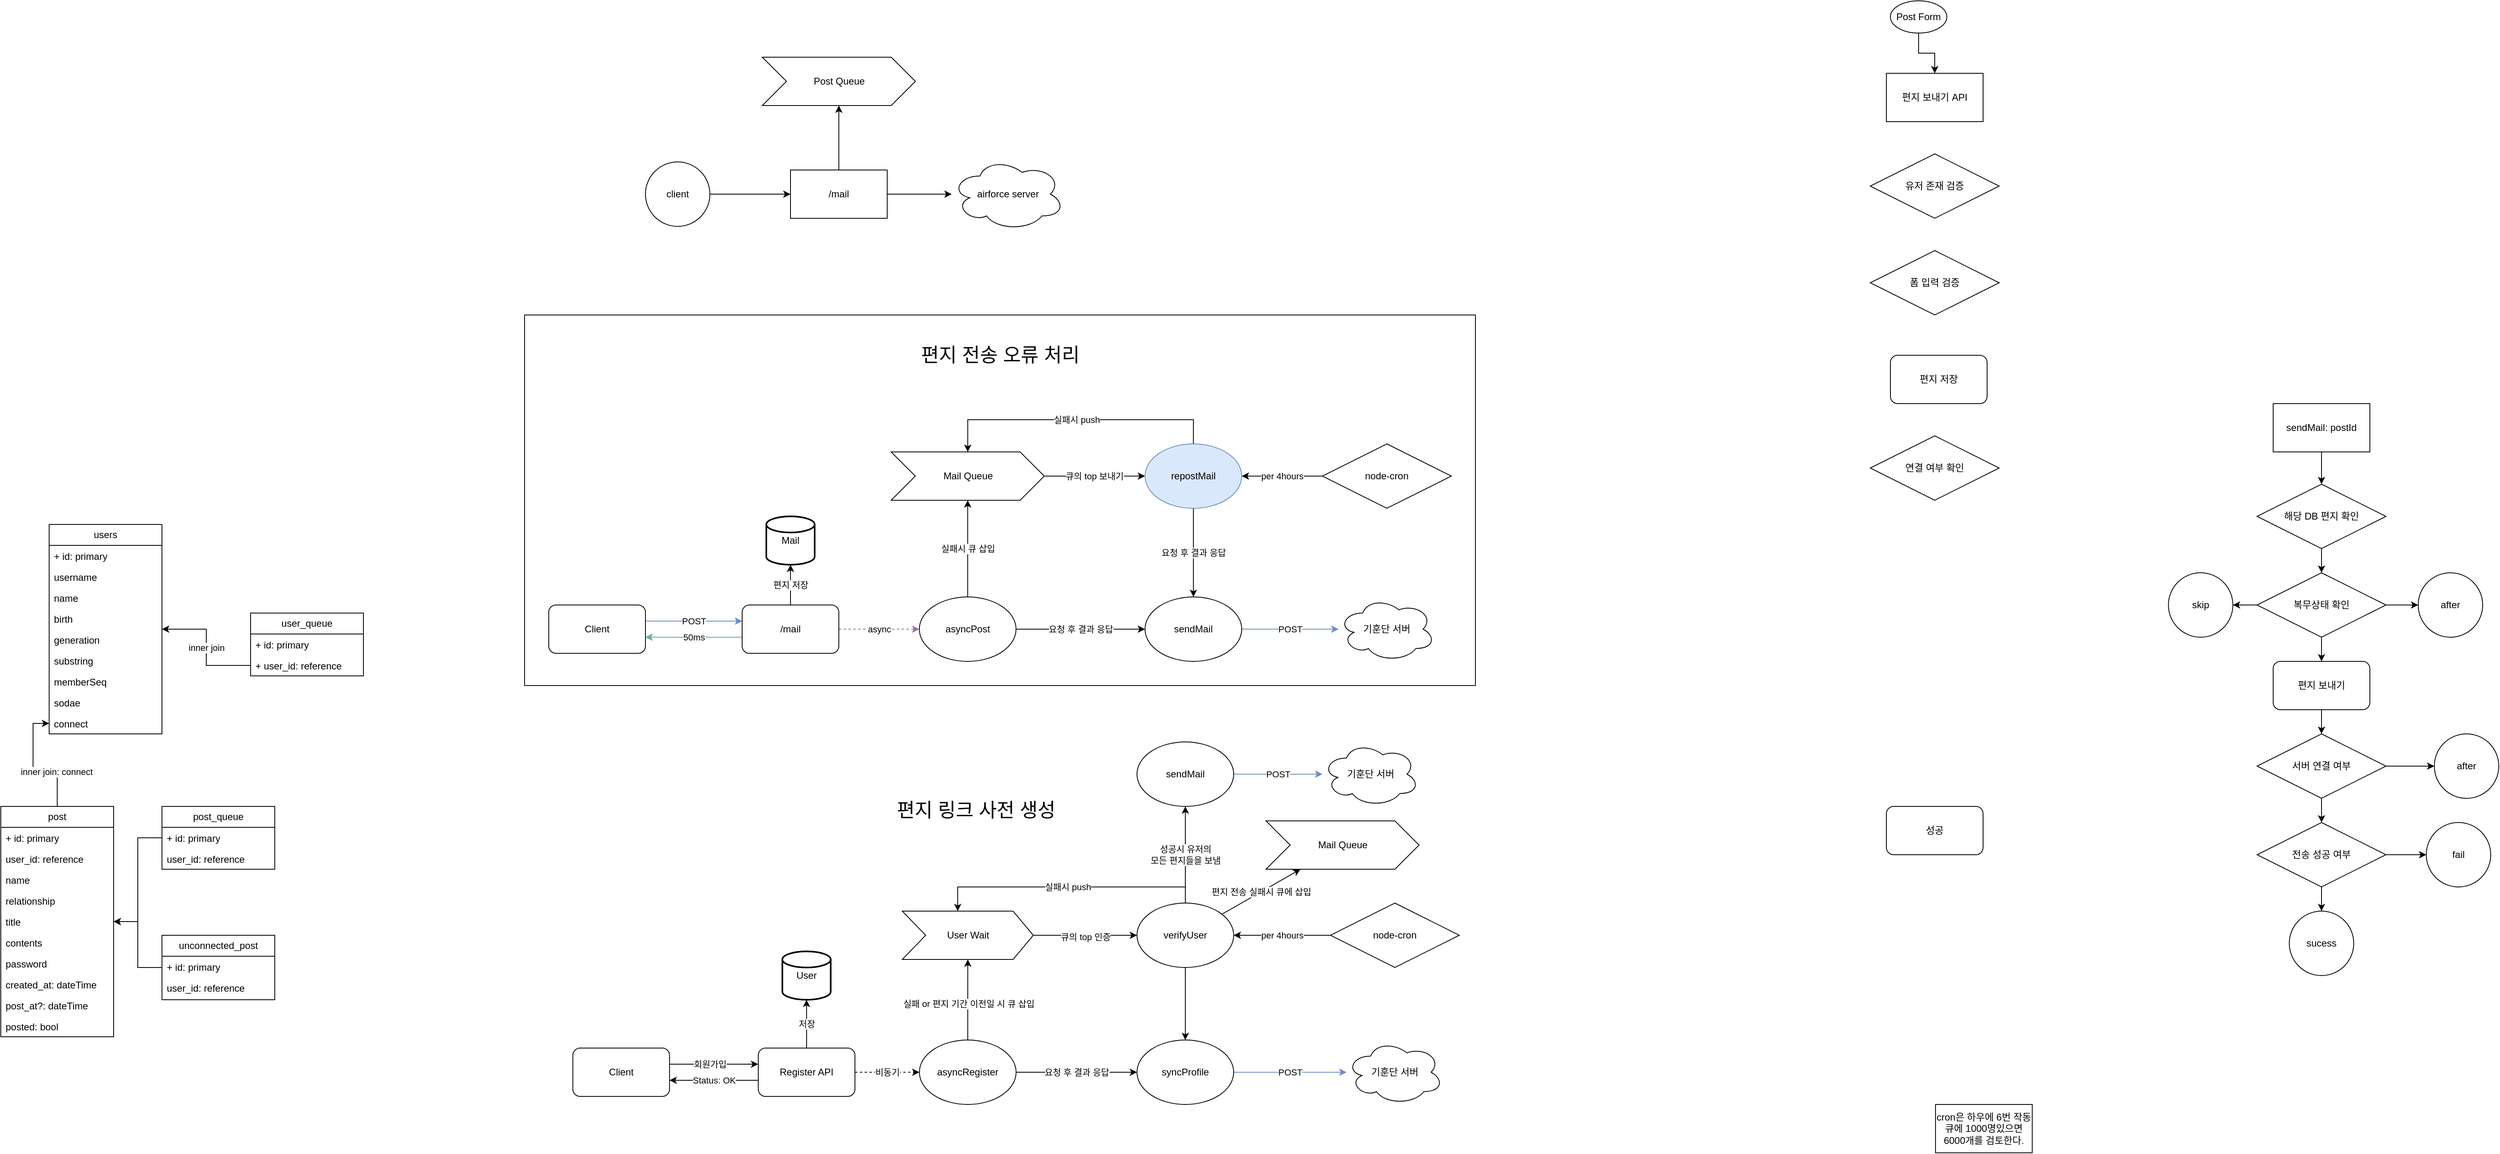
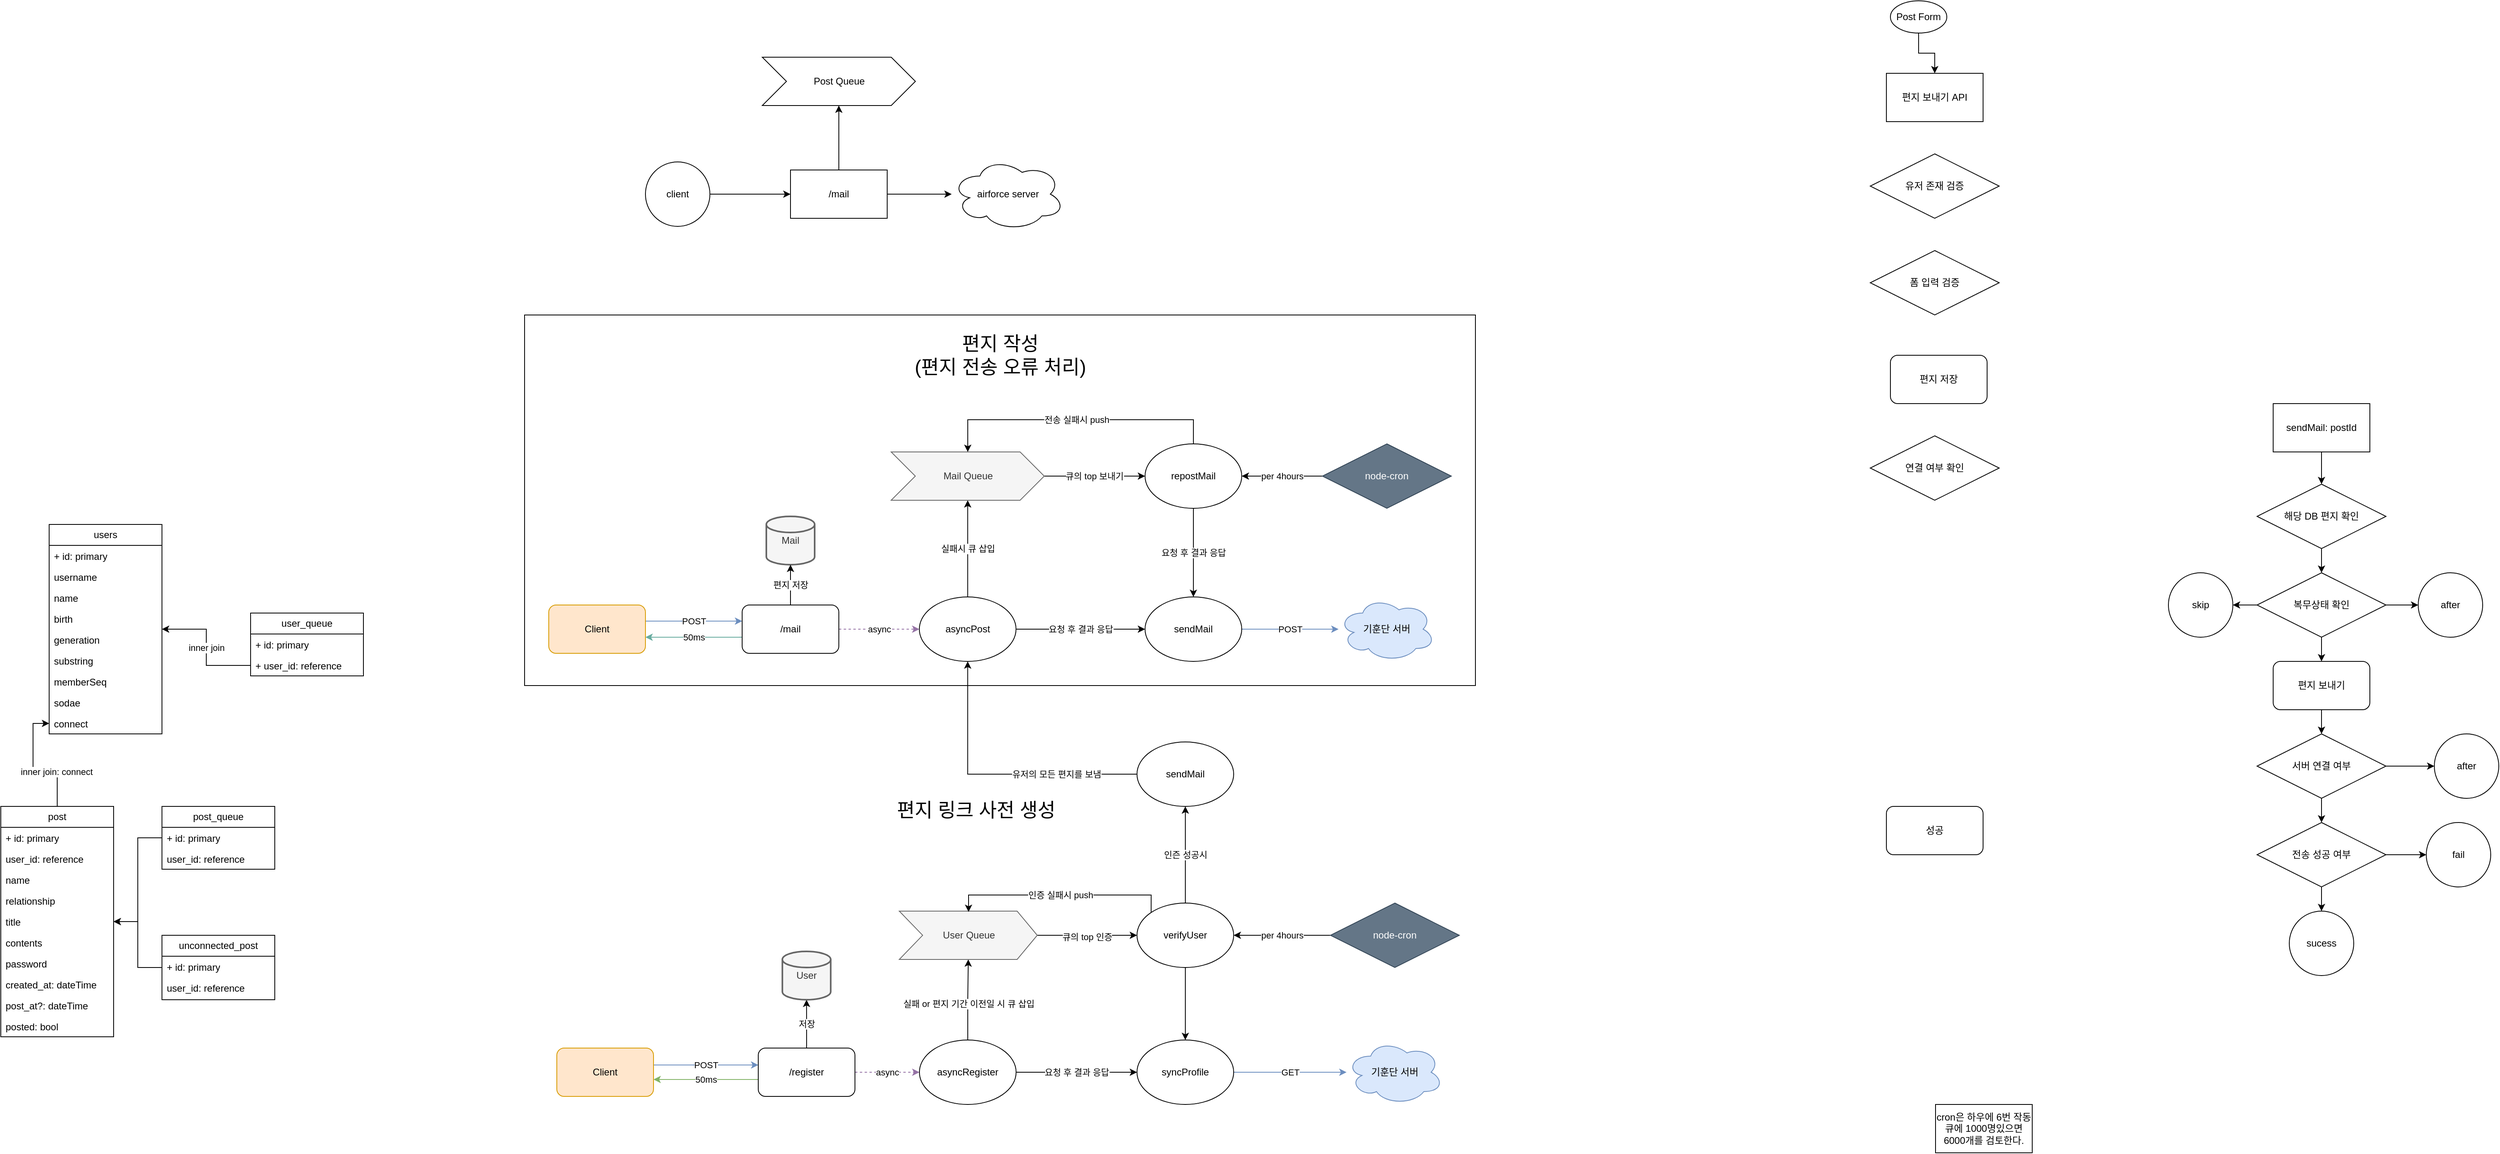
- <mxfile host="app.diagrams.net" modified="2024-04-21T09:34:45.189Z" agent="Mozilla/5.0 (Windows NT 10.0; Win64; x64) AppleWebKit/537.36 (KHTML, like Gecko) Chrome/124.0.0.0 Safari/537.36" etag="x_8P8Jp_RcpYmVHvX2L7" version="24.2.7" type="github">
+ <mxfile host="app.diagrams.net" modified="2024-04-21T13:52:18.871Z" agent="Mozilla/5.0 (Windows NT 10.0; Win64; x64) AppleWebKit/537.36 (KHTML, like Gecko) Chrome/98.0.4758.102 Safari/537.36" etag="cRftEywq1tB43tYSkEb1" version="24.2.7" type="github">
  <diagram name="페이지-1" id="YYIqQqlZSumYDMB_ZiYN">
-     <mxGraphModel dx="1687" dy="2047" grid="1" gridSize="10" guides="1" tooltips="1" connect="1" arrows="1" fold="1" page="1" pageScale="1" pageWidth="827" pageHeight="1169" math="0" shadow="0">
+     <mxGraphModel dx="1793" dy="2053" grid="1" gridSize="10" guides="1" tooltips="1" connect="1" arrows="1" fold="1" page="1" pageScale="1" pageWidth="827" pageHeight="1169" math="0" shadow="0">
      <root>
        <mxCell id="0" />
        <mxCell id="1" parent="0" />
        <mxCell id="tpOvkQPWunvHwrgow_rU-2" value="" style="rounded=0;whiteSpace=wrap;html=1;" parent="1" vertex="1">
          <mxGeometry x="730" y="-10" width="1180" height="460" as="geometry" />
        </mxCell>
        <mxCell id="AZsRamwOxZUp80OkMe_C-2" value="users" style="swimlane;fontStyle=0;childLayout=stackLayout;horizontal=1;startSize=26;fillColor=none;horizontalStack=0;resizeParent=1;resizeParentMax=0;resizeLast=0;collapsible=1;marginBottom=0;whiteSpace=wrap;html=1;" parent="1" vertex="1">
          <mxGeometry x="140" y="250" width="140" height="260" as="geometry" />
        </mxCell>
        <mxCell id="AZsRamwOxZUp80OkMe_C-3" value="+ id: primary" style="text;strokeColor=none;fillColor=none;align=left;verticalAlign=top;spacingLeft=4;spacingRight=4;overflow=hidden;rotatable=0;points=[[0,0.5],[1,0.5]];portConstraint=eastwest;whiteSpace=wrap;html=1;" parent="AZsRamwOxZUp80OkMe_C-2" vertex="1">
          <mxGeometry y="26" width="140" height="26" as="geometry" />
        </mxCell>
        <mxCell id="AZsRamwOxZUp80OkMe_C-4" value="username" style="text;strokeColor=none;fillColor=none;align=left;verticalAlign=top;spacingLeft=4;spacingRight=4;overflow=hidden;rotatable=0;points=[[0,0.5],[1,0.5]];portConstraint=eastwest;whiteSpace=wrap;html=1;" parent="AZsRamwOxZUp80OkMe_C-2" vertex="1">
          <mxGeometry y="52" width="140" height="26" as="geometry" />
        </mxCell>
        <mxCell id="AZsRamwOxZUp80OkMe_C-5" value="name" style="text;strokeColor=none;fillColor=none;align=left;verticalAlign=top;spacingLeft=4;spacingRight=4;overflow=hidden;rotatable=0;points=[[0,0.5],[1,0.5]];portConstraint=eastwest;whiteSpace=wrap;html=1;" parent="AZsRamwOxZUp80OkMe_C-2" vertex="1">
          <mxGeometry y="78" width="140" height="26" as="geometry" />
        </mxCell>
        <mxCell id="AZsRamwOxZUp80OkMe_C-10" value="birth" style="text;strokeColor=none;fillColor=none;align=left;verticalAlign=top;spacingLeft=4;spacingRight=4;overflow=hidden;rotatable=0;points=[[0,0.5],[1,0.5]];portConstraint=eastwest;whiteSpace=wrap;html=1;" parent="AZsRamwOxZUp80OkMe_C-2" vertex="1">
          <mxGeometry y="104" width="140" height="26" as="geometry" />
        </mxCell>
        <mxCell id="AZsRamwOxZUp80OkMe_C-11" value="generation" style="text;strokeColor=none;fillColor=none;align=left;verticalAlign=top;spacingLeft=4;spacingRight=4;overflow=hidden;rotatable=0;points=[[0,0.5],[1,0.5]];portConstraint=eastwest;whiteSpace=wrap;html=1;" parent="AZsRamwOxZUp80OkMe_C-2" vertex="1">
          <mxGeometry y="130" width="140" height="26" as="geometry" />
        </mxCell>
        <mxCell id="AZsRamwOxZUp80OkMe_C-12" value="substring" style="text;strokeColor=none;fillColor=none;align=left;verticalAlign=top;spacingLeft=4;spacingRight=4;overflow=hidden;rotatable=0;points=[[0,0.5],[1,0.5]];portConstraint=eastwest;whiteSpace=wrap;html=1;" parent="AZsRamwOxZUp80OkMe_C-2" vertex="1">
          <mxGeometry y="156" width="140" height="26" as="geometry" />
        </mxCell>
        <mxCell id="AZsRamwOxZUp80OkMe_C-15" value="memberSeq" style="text;strokeColor=none;fillColor=none;align=left;verticalAlign=top;spacingLeft=4;spacingRight=4;overflow=hidden;rotatable=0;points=[[0,0.5],[1,0.5]];portConstraint=eastwest;whiteSpace=wrap;html=1;" parent="AZsRamwOxZUp80OkMe_C-2" vertex="1">
          <mxGeometry y="182" width="140" height="26" as="geometry" />
        </mxCell>
        <mxCell id="AZsRamwOxZUp80OkMe_C-14" value="sodae" style="text;strokeColor=none;fillColor=none;align=left;verticalAlign=top;spacingLeft=4;spacingRight=4;overflow=hidden;rotatable=0;points=[[0,0.5],[1,0.5]];portConstraint=eastwest;whiteSpace=wrap;html=1;" parent="AZsRamwOxZUp80OkMe_C-2" vertex="1">
          <mxGeometry y="208" width="140" height="26" as="geometry" />
        </mxCell>
        <mxCell id="AZsRamwOxZUp80OkMe_C-16" value="connect" style="text;strokeColor=none;fillColor=none;align=left;verticalAlign=top;spacingLeft=4;spacingRight=4;overflow=hidden;rotatable=0;points=[[0,0.5],[1,0.5]];portConstraint=eastwest;whiteSpace=wrap;html=1;" parent="AZsRamwOxZUp80OkMe_C-2" vertex="1">
          <mxGeometry y="234" width="140" height="26" as="geometry" />
        </mxCell>
        <mxCell id="AZsRamwOxZUp80OkMe_C-6" value="user_queue" style="swimlane;fontStyle=0;childLayout=stackLayout;horizontal=1;startSize=26;fillColor=none;horizontalStack=0;resizeParent=1;resizeParentMax=0;resizeLast=0;collapsible=1;marginBottom=0;whiteSpace=wrap;html=1;" parent="1" vertex="1">
          <mxGeometry x="390" y="360" width="140" height="78" as="geometry" />
        </mxCell>
        <mxCell id="AZsRamwOxZUp80OkMe_C-18" value="+ id: primary" style="text;strokeColor=none;fillColor=none;align=left;verticalAlign=top;spacingLeft=4;spacingRight=4;overflow=hidden;rotatable=0;points=[[0,0.5],[1,0.5]];portConstraint=eastwest;whiteSpace=wrap;html=1;" parent="AZsRamwOxZUp80OkMe_C-6" vertex="1">
          <mxGeometry y="26" width="140" height="26" as="geometry" />
        </mxCell>
        <mxCell id="AZsRamwOxZUp80OkMe_C-7" value="+ user_id: reference" style="text;strokeColor=none;fillColor=none;align=left;verticalAlign=top;spacingLeft=4;spacingRight=4;overflow=hidden;rotatable=0;points=[[0,0.5],[1,0.5]];portConstraint=eastwest;whiteSpace=wrap;html=1;" parent="AZsRamwOxZUp80OkMe_C-6" vertex="1">
          <mxGeometry y="52" width="140" height="26" as="geometry" />
        </mxCell>
        <mxCell id="AZsRamwOxZUp80OkMe_C-19" value="inner join" style="edgeStyle=orthogonalEdgeStyle;rounded=0;orthogonalLoop=1;jettySize=auto;html=1;" parent="1" source="AZsRamwOxZUp80OkMe_C-7" target="AZsRamwOxZUp80OkMe_C-2" edge="1">
          <mxGeometry relative="1" as="geometry" />
        </mxCell>
        <mxCell id="F6sanjwA14LKa2ckui42-2" style="edgeStyle=orthogonalEdgeStyle;rounded=0;orthogonalLoop=1;jettySize=auto;html=1;" parent="1" source="AZsRamwOxZUp80OkMe_C-20" target="AZsRamwOxZUp80OkMe_C-16" edge="1">
          <mxGeometry relative="1" as="geometry" />
        </mxCell>
        <mxCell id="F6sanjwA14LKa2ckui42-3" value="inner join: connect" style="edgeLabel;html=1;align=center;verticalAlign=middle;resizable=0;points=[];" parent="F6sanjwA14LKa2ckui42-2" vertex="1" connectable="0">
          <mxGeometry x="-0.4284" y="1" relative="1" as="geometry">
            <mxPoint as="offset" />
          </mxGeometry>
        </mxCell>
        <mxCell id="AZsRamwOxZUp80OkMe_C-20" value="post" style="swimlane;fontStyle=0;childLayout=stackLayout;horizontal=1;startSize=26;fillColor=none;horizontalStack=0;resizeParent=1;resizeParentMax=0;resizeLast=0;collapsible=1;marginBottom=0;whiteSpace=wrap;html=1;" parent="1" vertex="1">
          <mxGeometry x="80" y="600" width="140" height="286" as="geometry" />
        </mxCell>
        <mxCell id="AZsRamwOxZUp80OkMe_C-21" value="+ id: primary" style="text;strokeColor=none;fillColor=none;align=left;verticalAlign=top;spacingLeft=4;spacingRight=4;overflow=hidden;rotatable=0;points=[[0,0.5],[1,0.5]];portConstraint=eastwest;whiteSpace=wrap;html=1;" parent="AZsRamwOxZUp80OkMe_C-20" vertex="1">
          <mxGeometry y="26" width="140" height="26" as="geometry" />
        </mxCell>
        <mxCell id="AZsRamwOxZUp80OkMe_C-22" value="user_id: reference" style="text;strokeColor=none;fillColor=none;align=left;verticalAlign=top;spacingLeft=4;spacingRight=4;overflow=hidden;rotatable=0;points=[[0,0.5],[1,0.5]];portConstraint=eastwest;whiteSpace=wrap;html=1;" parent="AZsRamwOxZUp80OkMe_C-20" vertex="1">
          <mxGeometry y="52" width="140" height="26" as="geometry" />
        </mxCell>
        <mxCell id="AZsRamwOxZUp80OkMe_C-23" value="name" style="text;strokeColor=none;fillColor=none;align=left;verticalAlign=top;spacingLeft=4;spacingRight=4;overflow=hidden;rotatable=0;points=[[0,0.5],[1,0.5]];portConstraint=eastwest;whiteSpace=wrap;html=1;" parent="AZsRamwOxZUp80OkMe_C-20" vertex="1">
          <mxGeometry y="78" width="140" height="26" as="geometry" />
        </mxCell>
        <mxCell id="AZsRamwOxZUp80OkMe_C-24" value="relationship" style="text;strokeColor=none;fillColor=none;align=left;verticalAlign=top;spacingLeft=4;spacingRight=4;overflow=hidden;rotatable=0;points=[[0,0.5],[1,0.5]];portConstraint=eastwest;whiteSpace=wrap;html=1;" parent="AZsRamwOxZUp80OkMe_C-20" vertex="1">
          <mxGeometry y="104" width="140" height="26" as="geometry" />
        </mxCell>
        <mxCell id="AZsRamwOxZUp80OkMe_C-25" value="title" style="text;strokeColor=none;fillColor=none;align=left;verticalAlign=top;spacingLeft=4;spacingRight=4;overflow=hidden;rotatable=0;points=[[0,0.5],[1,0.5]];portConstraint=eastwest;whiteSpace=wrap;html=1;" parent="AZsRamwOxZUp80OkMe_C-20" vertex="1">
          <mxGeometry y="130" width="140" height="26" as="geometry" />
        </mxCell>
        <mxCell id="AZsRamwOxZUp80OkMe_C-26" value="contents" style="text;strokeColor=none;fillColor=none;align=left;verticalAlign=top;spacingLeft=4;spacingRight=4;overflow=hidden;rotatable=0;points=[[0,0.5],[1,0.5]];portConstraint=eastwest;whiteSpace=wrap;html=1;" parent="AZsRamwOxZUp80OkMe_C-20" vertex="1">
          <mxGeometry y="156" width="140" height="26" as="geometry" />
        </mxCell>
        <mxCell id="AZsRamwOxZUp80OkMe_C-27" value="password" style="text;strokeColor=none;fillColor=none;align=left;verticalAlign=top;spacingLeft=4;spacingRight=4;overflow=hidden;rotatable=0;points=[[0,0.5],[1,0.5]];portConstraint=eastwest;whiteSpace=wrap;html=1;" parent="AZsRamwOxZUp80OkMe_C-20" vertex="1">
          <mxGeometry y="182" width="140" height="26" as="geometry" />
        </mxCell>
        <mxCell id="AZsRamwOxZUp80OkMe_C-28" value="created_at: dateTime" style="text;strokeColor=none;fillColor=none;align=left;verticalAlign=top;spacingLeft=4;spacingRight=4;overflow=hidden;rotatable=0;points=[[0,0.5],[1,0.5]];portConstraint=eastwest;whiteSpace=wrap;html=1;" parent="AZsRamwOxZUp80OkMe_C-20" vertex="1">
          <mxGeometry y="208" width="140" height="26" as="geometry" />
        </mxCell>
        <mxCell id="AZsRamwOxZUp80OkMe_C-41" value="post_at?: dateTime" style="text;strokeColor=none;fillColor=none;align=left;verticalAlign=top;spacingLeft=4;spacingRight=4;overflow=hidden;rotatable=0;points=[[0,0.5],[1,0.5]];portConstraint=eastwest;whiteSpace=wrap;html=1;" parent="AZsRamwOxZUp80OkMe_C-20" vertex="1">
          <mxGeometry y="234" width="140" height="26" as="geometry" />
        </mxCell>
        <mxCell id="AZsRamwOxZUp80OkMe_C-42" value="posted: bool" style="text;strokeColor=none;fillColor=none;align=left;verticalAlign=top;spacingLeft=4;spacingRight=4;overflow=hidden;rotatable=0;points=[[0,0.5],[1,0.5]];portConstraint=eastwest;whiteSpace=wrap;html=1;" parent="AZsRamwOxZUp80OkMe_C-20" vertex="1">
          <mxGeometry y="260" width="140" height="26" as="geometry" />
        </mxCell>
        <mxCell id="F6sanjwA14LKa2ckui42-4" style="edgeStyle=orthogonalEdgeStyle;rounded=0;orthogonalLoop=1;jettySize=auto;html=1;" parent="1" source="AZsRamwOxZUp80OkMe_C-30" target="AZsRamwOxZUp80OkMe_C-20" edge="1">
          <mxGeometry relative="1" as="geometry" />
        </mxCell>
        <mxCell id="AZsRamwOxZUp80OkMe_C-30" value="post_queue" style="swimlane;fontStyle=0;childLayout=stackLayout;horizontal=1;startSize=26;fillColor=none;horizontalStack=0;resizeParent=1;resizeParentMax=0;resizeLast=0;collapsible=1;marginBottom=0;whiteSpace=wrap;html=1;" parent="1" vertex="1">
          <mxGeometry x="280" y="600" width="140" height="78" as="geometry" />
        </mxCell>
        <mxCell id="AZsRamwOxZUp80OkMe_C-31" value="+ id: primary" style="text;strokeColor=none;fillColor=none;align=left;verticalAlign=top;spacingLeft=4;spacingRight=4;overflow=hidden;rotatable=0;points=[[0,0.5],[1,0.5]];portConstraint=eastwest;whiteSpace=wrap;html=1;" parent="AZsRamwOxZUp80OkMe_C-30" vertex="1">
          <mxGeometry y="26" width="140" height="26" as="geometry" />
        </mxCell>
        <mxCell id="AZsRamwOxZUp80OkMe_C-32" value="user_id: reference" style="text;strokeColor=none;fillColor=none;align=left;verticalAlign=top;spacingLeft=4;spacingRight=4;overflow=hidden;rotatable=0;points=[[0,0.5],[1,0.5]];portConstraint=eastwest;whiteSpace=wrap;html=1;" parent="AZsRamwOxZUp80OkMe_C-30" vertex="1">
          <mxGeometry y="52" width="140" height="26" as="geometry" />
        </mxCell>
        <mxCell id="F6sanjwA14LKa2ckui42-5" style="edgeStyle=orthogonalEdgeStyle;rounded=0;orthogonalLoop=1;jettySize=auto;html=1;" parent="1" source="AZsRamwOxZUp80OkMe_C-46" target="AZsRamwOxZUp80OkMe_C-20" edge="1">
          <mxGeometry relative="1" as="geometry" />
        </mxCell>
        <mxCell id="AZsRamwOxZUp80OkMe_C-46" value="unconnected_post" style="swimlane;fontStyle=0;childLayout=stackLayout;horizontal=1;startSize=26;fillColor=none;horizontalStack=0;resizeParent=1;resizeParentMax=0;resizeLast=0;collapsible=1;marginBottom=0;whiteSpace=wrap;html=1;" parent="1" vertex="1">
          <mxGeometry x="280" y="760" width="140" height="80" as="geometry" />
        </mxCell>
        <mxCell id="AZsRamwOxZUp80OkMe_C-47" value="+ id: primary" style="text;strokeColor=none;fillColor=none;align=left;verticalAlign=top;spacingLeft=4;spacingRight=4;overflow=hidden;rotatable=0;points=[[0,0.5],[1,0.5]];portConstraint=eastwest;whiteSpace=wrap;html=1;" parent="AZsRamwOxZUp80OkMe_C-46" vertex="1">
          <mxGeometry y="26" width="140" height="26" as="geometry" />
        </mxCell>
        <mxCell id="AZsRamwOxZUp80OkMe_C-48" value="user_id: reference" style="text;strokeColor=none;fillColor=none;align=left;verticalAlign=top;spacingLeft=4;spacingRight=4;overflow=hidden;rotatable=0;points=[[0,0.5],[1,0.5]];portConstraint=eastwest;whiteSpace=wrap;html=1;" parent="AZsRamwOxZUp80OkMe_C-46" vertex="1">
          <mxGeometry y="52" width="140" height="28" as="geometry" />
        </mxCell>
        <mxCell id="wQPPLxiwdvjhVnuzjJRF-10" value="실패시 큐 삽입" style="edgeStyle=orthogonalEdgeStyle;rounded=0;orthogonalLoop=1;jettySize=auto;html=1;" parent="1" source="TXcI-fBlLuWAS2TPfB02-1" target="TXcI-fBlLuWAS2TPfB02-9" edge="1">
          <mxGeometry relative="1" as="geometry" />
        </mxCell>
        <mxCell id="wQPPLxiwdvjhVnuzjJRF-13" value="POST" style="rounded=0;orthogonalLoop=1;jettySize=auto;html=1;startArrow=none;startFill=0;fillColor=#dae8fc;strokeColor=#6c8ebf;" parent="1" source="wQPPLxiwdvjhVnuzjJRF-19" target="TXcI-fBlLuWAS2TPfB02-2" edge="1">
          <mxGeometry relative="1" as="geometry" />
        </mxCell>
        <mxCell id="wQPPLxiwdvjhVnuzjJRF-20" value="요청 후 결과 응답" style="rounded=0;orthogonalLoop=1;jettySize=auto;html=1;edgeStyle=orthogonalEdgeStyle;" parent="1" source="TXcI-fBlLuWAS2TPfB02-1" target="wQPPLxiwdvjhVnuzjJRF-19" edge="1">
          <mxGeometry relative="1" as="geometry" />
        </mxCell>
        <mxCell id="TXcI-fBlLuWAS2TPfB02-1" value="asyncPost" style="ellipse;whiteSpace=wrap;html=1;" parent="1" vertex="1">
          <mxGeometry x="1219.91" y="340" width="120" height="80" as="geometry" />
        </mxCell>
-         <mxCell id="TXcI-fBlLuWAS2TPfB02-2" value="기훈단 서버" style="ellipse;shape=cloud;whiteSpace=wrap;html=1;" parent="1" vertex="1">
+         <mxCell id="TXcI-fBlLuWAS2TPfB02-2" value="기훈단 서버" style="ellipse;shape=cloud;whiteSpace=wrap;html=1;fillColor=#dae8fc;strokeColor=#6c8ebf;" parent="1" vertex="1">
          <mxGeometry x="1740.09" y="340" width="120" height="80" as="geometry" />
        </mxCell>
        <mxCell id="TXcI-fBlLuWAS2TPfB02-11" value="큐의 top 보내기" style="edgeStyle=orthogonalEdgeStyle;rounded=0;orthogonalLoop=1;jettySize=auto;html=1;" parent="1" source="TXcI-fBlLuWAS2TPfB02-9" target="wQPPLxiwdvjhVnuzjJRF-23" edge="1">
          <mxGeometry relative="1" as="geometry">
            <mxPoint x="1449.9099999999999" y="220" as="targetPoint" />
            <Array as="points" />
          </mxGeometry>
        </mxCell>
-         <mxCell id="TXcI-fBlLuWAS2TPfB02-9" value="Mail Queue" style="html=1;shadow=0;dashed=0;align=center;verticalAlign=middle;shape=mxgraph.arrows2.arrow;dy=0;dx=30;notch=30;" parent="1" vertex="1">
+         <mxCell id="TXcI-fBlLuWAS2TPfB02-9" value="Mail Queue" style="html=1;shadow=0;dashed=0;align=center;verticalAlign=middle;shape=mxgraph.arrows2.arrow;dy=0;dx=30;notch=30;fillColor=#f5f5f5;fontColor=#333333;strokeColor=#666666;" parent="1" vertex="1">
          <mxGeometry x="1184.91" y="160" width="190" height="60" as="geometry" />
        </mxCell>
        <mxCell id="TXcI-fBlLuWAS2TPfB02-21" value="POST" style="edgeStyle=orthogonalEdgeStyle;rounded=0;orthogonalLoop=1;jettySize=auto;html=1;fillColor=#dae8fc;strokeColor=#6c8ebf;" parent="1" source="TXcI-fBlLuWAS2TPfB02-19" target="TXcI-fBlLuWAS2TPfB02-22" edge="1">
          <mxGeometry relative="1" as="geometry">
            <mxPoint x="970" y="380" as="targetPoint" />
            <Array as="points">
              <mxPoint x="960" y="370" />
              <mxPoint x="960" y="370" />
            </Array>
          </mxGeometry>
        </mxCell>
-         <mxCell id="TXcI-fBlLuWAS2TPfB02-19" value="Client" style="rounded=1;whiteSpace=wrap;html=1;" parent="1" vertex="1">
+         <mxCell id="TXcI-fBlLuWAS2TPfB02-19" value="Client" style="rounded=1;whiteSpace=wrap;html=1;fillColor=#ffe6cc;strokeColor=#d79b00;" parent="1" vertex="1">
          <mxGeometry x="760" y="350" width="120" height="60" as="geometry" />
        </mxCell>
-         <mxCell id="TXcI-fBlLuWAS2TPfB02-20" value="Mail" style="strokeWidth=2;html=1;shape=mxgraph.flowchart.database;whiteSpace=wrap;" parent="1" vertex="1">
+         <mxCell id="TXcI-fBlLuWAS2TPfB02-20" value="Mail" style="strokeWidth=2;html=1;shape=mxgraph.flowchart.database;whiteSpace=wrap;fillColor=#f5f5f5;fontColor=#333333;strokeColor=#666666;" parent="1" vertex="1">
          <mxGeometry x="1030" y="240" width="60" height="60" as="geometry" />
        </mxCell>
        <mxCell id="TXcI-fBlLuWAS2TPfB02-23" value="편지 저장" style="edgeStyle=orthogonalEdgeStyle;rounded=0;orthogonalLoop=1;jettySize=auto;html=1;" parent="1" source="TXcI-fBlLuWAS2TPfB02-22" target="TXcI-fBlLuWAS2TPfB02-20" edge="1">
          <mxGeometry relative="1" as="geometry" />
        </mxCell>
        <mxCell id="TXcI-fBlLuWAS2TPfB02-24" value="async" style="edgeStyle=orthogonalEdgeStyle;rounded=0;orthogonalLoop=1;jettySize=auto;html=1;dashed=1;fillColor=#e1d5e7;strokeColor=#9673a6;" parent="1" source="TXcI-fBlLuWAS2TPfB02-22" target="TXcI-fBlLuWAS2TPfB02-1" edge="1">
          <mxGeometry relative="1" as="geometry" />
        </mxCell>
        <mxCell id="TXcI-fBlLuWAS2TPfB02-26" value="50ms" style="edgeStyle=orthogonalEdgeStyle;rounded=0;orthogonalLoop=1;jettySize=auto;html=1;strokeColor=#67AB9F;" parent="1" source="TXcI-fBlLuWAS2TPfB02-22" target="TXcI-fBlLuWAS2TPfB02-19" edge="1">
          <mxGeometry relative="1" as="geometry">
            <Array as="points">
              <mxPoint x="960" y="390" />
              <mxPoint x="960" y="390" />
            </Array>
          </mxGeometry>
        </mxCell>
        <mxCell id="TXcI-fBlLuWAS2TPfB02-22" value="/mail" style="rounded=1;whiteSpace=wrap;html=1;" parent="1" vertex="1">
          <mxGeometry x="1000" y="350" width="120" height="60" as="geometry" />
        </mxCell>
        <mxCell id="wQPPLxiwdvjhVnuzjJRF-21" value="per 4hours" style="rounded=0;orthogonalLoop=1;jettySize=auto;html=1;edgeStyle=orthogonalEdgeStyle;" parent="1" source="TXcI-fBlLuWAS2TPfB02-27" target="wQPPLxiwdvjhVnuzjJRF-23" edge="1">
          <mxGeometry relative="1" as="geometry" />
        </mxCell>
-         <mxCell id="TXcI-fBlLuWAS2TPfB02-27" value="node-cron" style="rhombus;whiteSpace=wrap;html=1;" parent="1" vertex="1">
+         <mxCell id="TXcI-fBlLuWAS2TPfB02-27" value="node-cron" style="rhombus;whiteSpace=wrap;html=1;fillColor=#647687;fontColor=#ffffff;strokeColor=#314354;" parent="1" vertex="1">
          <mxGeometry x="1720.09" y="150" width="160" height="80" as="geometry" />
        </mxCell>
-         <mxCell id="TXcI-fBlLuWAS2TPfB02-55" value="&lt;span style=&quot;color: rgb(0, 0, 0); font-family: Helvetica; font-size: 11px; font-style: normal; font-variant-ligatures: normal; font-variant-caps: normal; font-weight: 400; letter-spacing: normal; orphans: 2; text-align: center; text-indent: 0px; text-transform: none; white-space: nowrap; widows: 2; word-spacing: 0px; -webkit-text-stroke-width: 0px; background-color: rgb(255, 255, 255); text-decoration-thickness: initial; text-decoration-style: initial; text-decoration-color: initial; display: inline !important; float: none;&quot;&gt;회원가입&lt;/span&gt;" style="edgeStyle=orthogonalEdgeStyle;rounded=0;orthogonalLoop=1;jettySize=auto;html=1;" parent="1" edge="1">
-           <mxGeometry x="-0.0893" relative="1" as="geometry">
-             <mxPoint x="909.9100000000001" y="920" as="sourcePoint" />
-             <mxPoint x="1019.9100000000001" y="920" as="targetPoint" />
-             <mxPoint as="offset" />
-           </mxGeometry>
-         </mxCell>
-         <mxCell id="TXcI-fBlLuWAS2TPfB02-53" value="Client" style="rounded=1;whiteSpace=wrap;html=1;" parent="1" vertex="1">
-           <mxGeometry x="789.9100000000001" y="900" width="120" height="60" as="geometry" />
-         </mxCell>
-         <mxCell id="TXcI-fBlLuWAS2TPfB02-57" value="비동기" style="edgeStyle=orthogonalEdgeStyle;rounded=0;orthogonalLoop=1;jettySize=auto;html=1;dashed=1;" parent="1" source="TXcI-fBlLuWAS2TPfB02-54" target="TXcI-fBlLuWAS2TPfB02-56" edge="1">
-           <mxGeometry relative="1" as="geometry" />
-         </mxCell>
-         <mxCell id="TXcI-fBlLuWAS2TPfB02-59" value="Status: OK" style="edgeStyle=orthogonalEdgeStyle;rounded=0;orthogonalLoop=1;jettySize=auto;html=1;" parent="1" edge="1">
-           <mxGeometry relative="1" as="geometry">
-             <mxPoint x="1020" y="940" as="sourcePoint" />
-             <mxPoint x="909.9100000000003" y="940" as="targetPoint" />
+         <mxCell id="u-H9VCNATk9NBnKGN-eY-5" value="POST" style="edgeStyle=orthogonalEdgeStyle;rounded=0;orthogonalLoop=1;jettySize=auto;html=1;fillColor=#dae8fc;strokeColor=#6c8ebf;" edge="1" parent="1">
+           <mxGeometry relative="1" as="geometry">
+             <mxPoint x="890" y="921" as="sourcePoint" />
+             <mxPoint x="1020" y="921" as="targetPoint" />
+           </mxGeometry>
+         </mxCell>
+         <mxCell id="TXcI-fBlLuWAS2TPfB02-53" value="Client" style="rounded=1;whiteSpace=wrap;html=1;fillColor=#ffe6cc;strokeColor=#d79b00;" parent="1" vertex="1">
+           <mxGeometry x="770.0000000000001" y="900" width="120" height="60" as="geometry" />
+         </mxCell>
+         <mxCell id="TXcI-fBlLuWAS2TPfB02-57" value="async" style="edgeStyle=orthogonalEdgeStyle;rounded=0;orthogonalLoop=1;jettySize=auto;html=1;dashed=1;fillColor=#e1d5e7;strokeColor=#9673a6;" parent="1" source="TXcI-fBlLuWAS2TPfB02-54" target="TXcI-fBlLuWAS2TPfB02-56" edge="1">
+           <mxGeometry relative="1" as="geometry" />
+         </mxCell>
+         <mxCell id="TXcI-fBlLuWAS2TPfB02-59" value="50ms" style="edgeStyle=orthogonalEdgeStyle;rounded=0;orthogonalLoop=1;jettySize=auto;html=1;fillColor=#d5e8d4;strokeColor=#82b366;" parent="1" edge="1">
+           <mxGeometry relative="1" as="geometry">
+             <mxPoint x="1020" y="939" as="sourcePoint" />
+             <mxPoint x="890" y="939" as="targetPoint" />
          </mxGeometry>
        </mxCell>
        <mxCell id="TXcI-fBlLuWAS2TPfB02-65" value="저장" style="edgeStyle=orthogonalEdgeStyle;rounded=0;orthogonalLoop=1;jettySize=auto;html=1;" parent="1" source="TXcI-fBlLuWAS2TPfB02-54" target="TXcI-fBlLuWAS2TPfB02-64" edge="1">
          <mxGeometry relative="1" as="geometry" />
        </mxCell>
-         <mxCell id="TXcI-fBlLuWAS2TPfB02-54" value="Register API" style="rounded=1;whiteSpace=wrap;html=1;" parent="1" vertex="1">
+         <mxCell id="TXcI-fBlLuWAS2TPfB02-54" value="/register" style="rounded=1;whiteSpace=wrap;html=1;" parent="1" vertex="1">
          <mxGeometry x="1020" y="900" width="120" height="60" as="geometry" />
        </mxCell>
        <mxCell id="TXcI-fBlLuWAS2TPfB02-69" style="edgeStyle=orthogonalEdgeStyle;rounded=0;orthogonalLoop=1;jettySize=auto;html=1;" parent="1" source="TXcI-fBlLuWAS2TPfB02-56" target="TXcI-fBlLuWAS2TPfB02-61" edge="1">
          <mxGeometry relative="1" as="geometry" />
        </mxCell>
        <mxCell id="y1SOeucjYuMJN-nhCAUV-7" value="실패 or 편지 기간 이전일 시 큐 삽입" style="edgeLabel;html=1;align=center;verticalAlign=middle;resizable=0;points=[];" parent="TXcI-fBlLuWAS2TPfB02-69" vertex="1" connectable="0">
          <mxGeometry x="-0.1037" y="-1" relative="1" as="geometry">
            <mxPoint as="offset" />
          </mxGeometry>
        </mxCell>
-         <mxCell id="K3UKubzrvV4H-gYz2n_W-7" value="요청 후 결과 응답" style="edgeStyle=orthogonalEdgeStyle;rounded=0;orthogonalLoop=1;jettySize=auto;html=1;" edge="1" parent="1" source="TXcI-fBlLuWAS2TPfB02-56" target="K3UKubzrvV4H-gYz2n_W-2">
+         <mxCell id="K3UKubzrvV4H-gYz2n_W-7" value="요청 후 결과 응답" style="edgeStyle=orthogonalEdgeStyle;rounded=0;orthogonalLoop=1;jettySize=auto;html=1;" parent="1" source="TXcI-fBlLuWAS2TPfB02-56" target="K3UKubzrvV4H-gYz2n_W-2" edge="1">
          <mxGeometry relative="1" as="geometry" />
        </mxCell>
        <mxCell id="TXcI-fBlLuWAS2TPfB02-56" value="asyncRegister" style="ellipse;whiteSpace=wrap;html=1;" parent="1" vertex="1">
          <mxGeometry x="1220" y="890" width="120" height="80" as="geometry" />
        </mxCell>
        <mxCell id="TXcI-fBlLuWAS2TPfB02-71" style="edgeStyle=orthogonalEdgeStyle;rounded=0;orthogonalLoop=1;jettySize=auto;html=1;" parent="1" source="TXcI-fBlLuWAS2TPfB02-61" target="K3UKubzrvV4H-gYz2n_W-4" edge="1">
          <mxGeometry relative="1" as="geometry">
            <mxPoint x="1440" y="800" as="targetPoint" />
          </mxGeometry>
        </mxCell>
        <mxCell id="y1SOeucjYuMJN-nhCAUV-8" value="큐의 top 인증" style="edgeLabel;html=1;align=center;verticalAlign=middle;resizable=0;points=[];" parent="TXcI-fBlLuWAS2TPfB02-71" vertex="1" connectable="0">
          <mxGeometry x="-0.0036" y="-2" relative="1" as="geometry">
            <mxPoint as="offset" />
          </mxGeometry>
        </mxCell>
-         <mxCell id="TXcI-fBlLuWAS2TPfB02-61" value="User Wait" style="html=1;shadow=0;dashed=0;align=center;verticalAlign=middle;shape=mxgraph.arrows2.arrow;dy=0;dx=25;notch=29;" parent="1" vertex="1">
-           <mxGeometry x="1198.75" y="730" width="162.5" height="60" as="geometry" />
-         </mxCell>
-         <mxCell id="TXcI-fBlLuWAS2TPfB02-64" value="User" style="strokeWidth=2;html=1;shape=mxgraph.flowchart.database;whiteSpace=wrap;" parent="1" vertex="1">
+         <mxCell id="TXcI-fBlLuWAS2TPfB02-61" value="User Queue" style="html=1;shadow=0;dashed=0;align=center;verticalAlign=middle;shape=mxgraph.arrows2.arrow;dy=0;dx=25;notch=29;fillColor=#f5f5f5;fontColor=#333333;strokeColor=#666666;" parent="1" vertex="1">
+           <mxGeometry x="1195" y="730" width="171.25" height="60" as="geometry" />
+         </mxCell>
+         <mxCell id="TXcI-fBlLuWAS2TPfB02-64" value="User" style="strokeWidth=2;html=1;shape=mxgraph.flowchart.database;whiteSpace=wrap;fillColor=#f5f5f5;fontColor=#333333;strokeColor=#666666;" parent="1" vertex="1">
          <mxGeometry x="1049.91" y="780" width="60" height="60" as="geometry" />
        </mxCell>
-         <mxCell id="TXcI-fBlLuWAS2TPfB02-66" value="기훈단 서버" style="ellipse;shape=cloud;whiteSpace=wrap;html=1;" parent="1" vertex="1">
+         <mxCell id="TXcI-fBlLuWAS2TPfB02-66" value="기훈단 서버" style="ellipse;shape=cloud;whiteSpace=wrap;html=1;fillColor=#dae8fc;strokeColor=#6c8ebf;" parent="1" vertex="1">
          <mxGeometry x="1750" y="890" width="120" height="80" as="geometry" />
        </mxCell>
        <mxCell id="TXcI-fBlLuWAS2TPfB02-81" value="cron은 하우에 6번 작동&lt;div&gt;큐에 1000명있으면&lt;/div&gt;&lt;div&gt;6000개를 검토한다.&lt;/div&gt;" style="whiteSpace=wrap;html=1;" parent="1" vertex="1">
          <mxGeometry x="2481" y="970" width="120" height="60" as="geometry" />
        </mxCell>
        <mxCell id="6U6_2w2MqQ0kD7e6yzDg-1" value="편지 보내기 API" style="rounded=0;whiteSpace=wrap;html=1;" parent="1" vertex="1">
          <mxGeometry x="2420" y="-310" width="120" height="60" as="geometry" />
        </mxCell>
        <mxCell id="6U6_2w2MqQ0kD7e6yzDg-3" style="edgeStyle=orthogonalEdgeStyle;rounded=0;orthogonalLoop=1;jettySize=auto;html=1;" parent="1" source="6U6_2w2MqQ0kD7e6yzDg-2" target="6U6_2w2MqQ0kD7e6yzDg-1" edge="1">
          <mxGeometry relative="1" as="geometry" />
        </mxCell>
        <mxCell id="6U6_2w2MqQ0kD7e6yzDg-2" value="Post Form" style="ellipse;whiteSpace=wrap;html=1;" parent="1" vertex="1">
          <mxGeometry x="2425" y="-400" width="70" height="40" as="geometry" />
        </mxCell>
        <mxCell id="6U6_2w2MqQ0kD7e6yzDg-4" value="유저 존재 검증" style="rhombus;whiteSpace=wrap;html=1;" parent="1" vertex="1">
          <mxGeometry x="2400" y="-210" width="160" height="80" as="geometry" />
        </mxCell>
        <mxCell id="6U6_2w2MqQ0kD7e6yzDg-5" value="폼 입력 검증" style="rhombus;whiteSpace=wrap;html=1;" parent="1" vertex="1">
          <mxGeometry x="2400" y="-90" width="160" height="80" as="geometry" />
        </mxCell>
        <mxCell id="6U6_2w2MqQ0kD7e6yzDg-6" value="편지 저장" style="rounded=1;whiteSpace=wrap;html=1;" parent="1" vertex="1">
          <mxGeometry x="2425" y="40" width="120" height="60" as="geometry" />
        </mxCell>
        <mxCell id="6U6_2w2MqQ0kD7e6yzDg-7" value="연결 여부 확인" style="rhombus;whiteSpace=wrap;html=1;" parent="1" vertex="1">
          <mxGeometry x="2400" y="140" width="160" height="80" as="geometry" />
        </mxCell>
        <mxCell id="6U6_2w2MqQ0kD7e6yzDg-30" style="edgeStyle=orthogonalEdgeStyle;rounded=0;orthogonalLoop=1;jettySize=auto;html=1;" parent="1" source="6U6_2w2MqQ0kD7e6yzDg-10" target="6U6_2w2MqQ0kD7e6yzDg-40" edge="1">
          <mxGeometry relative="1" as="geometry">
            <mxPoint x="2960" y="410" as="targetPoint" />
            <Array as="points" />
          </mxGeometry>
        </mxCell>
        <mxCell id="6U6_2w2MqQ0kD7e6yzDg-31" style="edgeStyle=orthogonalEdgeStyle;rounded=0;orthogonalLoop=1;jettySize=auto;html=1;" parent="1" source="6U6_2w2MqQ0kD7e6yzDg-10" target="6U6_2w2MqQ0kD7e6yzDg-22" edge="1">
          <mxGeometry relative="1" as="geometry" />
        </mxCell>
        <mxCell id="6U6_2w2MqQ0kD7e6yzDg-33" style="edgeStyle=orthogonalEdgeStyle;rounded=0;orthogonalLoop=1;jettySize=auto;html=1;" parent="1" source="6U6_2w2MqQ0kD7e6yzDg-10" target="6U6_2w2MqQ0kD7e6yzDg-32" edge="1">
          <mxGeometry relative="1" as="geometry" />
        </mxCell>
        <mxCell id="6U6_2w2MqQ0kD7e6yzDg-10" value="복무상태 확인" style="rhombus;whiteSpace=wrap;html=1;" parent="1" vertex="1">
          <mxGeometry x="2880" y="310" width="160" height="80" as="geometry" />
        </mxCell>
        <mxCell id="6U6_2w2MqQ0kD7e6yzDg-35" style="edgeStyle=orthogonalEdgeStyle;rounded=0;orthogonalLoop=1;jettySize=auto;html=1;" parent="1" source="6U6_2w2MqQ0kD7e6yzDg-11" target="6U6_2w2MqQ0kD7e6yzDg-34" edge="1">
          <mxGeometry relative="1" as="geometry" />
        </mxCell>
        <mxCell id="6U6_2w2MqQ0kD7e6yzDg-39" style="edgeStyle=orthogonalEdgeStyle;rounded=0;orthogonalLoop=1;jettySize=auto;html=1;" parent="1" source="6U6_2w2MqQ0kD7e6yzDg-11" target="6U6_2w2MqQ0kD7e6yzDg-36" edge="1">
          <mxGeometry relative="1" as="geometry" />
        </mxCell>
        <mxCell id="6U6_2w2MqQ0kD7e6yzDg-11" value="서버 연결 여부" style="rhombus;whiteSpace=wrap;html=1;" parent="1" vertex="1">
          <mxGeometry x="2880" y="510" width="160" height="80" as="geometry" />
        </mxCell>
        <mxCell id="6U6_2w2MqQ0kD7e6yzDg-12" value="성공" style="rounded=1;whiteSpace=wrap;html=1;" parent="1" vertex="1">
          <mxGeometry x="2420" y="600" width="120" height="60" as="geometry" />
        </mxCell>
        <mxCell id="6U6_2w2MqQ0kD7e6yzDg-16" style="edgeStyle=orthogonalEdgeStyle;rounded=0;orthogonalLoop=1;jettySize=auto;html=1;" parent="1" source="6U6_2w2MqQ0kD7e6yzDg-13" target="6U6_2w2MqQ0kD7e6yzDg-15" edge="1">
          <mxGeometry relative="1" as="geometry" />
        </mxCell>
        <mxCell id="6U6_2w2MqQ0kD7e6yzDg-13" value="sendMail: postId" style="rounded=0;whiteSpace=wrap;html=1;" parent="1" vertex="1">
          <mxGeometry x="2900" y="100" width="120" height="60" as="geometry" />
        </mxCell>
        <mxCell id="6U6_2w2MqQ0kD7e6yzDg-17" style="edgeStyle=orthogonalEdgeStyle;rounded=0;orthogonalLoop=1;jettySize=auto;html=1;" parent="1" source="6U6_2w2MqQ0kD7e6yzDg-15" target="6U6_2w2MqQ0kD7e6yzDg-10" edge="1">
          <mxGeometry relative="1" as="geometry" />
        </mxCell>
        <mxCell id="6U6_2w2MqQ0kD7e6yzDg-15" value="해당 DB 편지 확인" style="rhombus;whiteSpace=wrap;html=1;" parent="1" vertex="1">
          <mxGeometry x="2880" y="200" width="160" height="80" as="geometry" />
        </mxCell>
        <mxCell id="6U6_2w2MqQ0kD7e6yzDg-22" value="after" style="ellipse;whiteSpace=wrap;html=1;aspect=fixed;" parent="1" vertex="1">
          <mxGeometry x="3080" y="310" width="80" height="80" as="geometry" />
        </mxCell>
        <mxCell id="6U6_2w2MqQ0kD7e6yzDg-23" value="sucess" style="ellipse;whiteSpace=wrap;html=1;aspect=fixed;" parent="1" vertex="1">
          <mxGeometry x="2920" y="730" width="80" height="80" as="geometry" />
        </mxCell>
        <mxCell id="6U6_2w2MqQ0kD7e6yzDg-25" value="fail" style="ellipse;whiteSpace=wrap;html=1;aspect=fixed;" parent="1" vertex="1">
          <mxGeometry x="3090" y="620" width="80" height="80" as="geometry" />
        </mxCell>
        <mxCell id="6U6_2w2MqQ0kD7e6yzDg-32" value="skip" style="ellipse;whiteSpace=wrap;html=1;aspect=fixed;" parent="1" vertex="1">
          <mxGeometry x="2770" y="310" width="80" height="80" as="geometry" />
        </mxCell>
        <mxCell id="6U6_2w2MqQ0kD7e6yzDg-34" value="after" style="ellipse;whiteSpace=wrap;html=1;aspect=fixed;" parent="1" vertex="1">
          <mxGeometry x="3100" y="510" width="80" height="80" as="geometry" />
        </mxCell>
        <mxCell id="6U6_2w2MqQ0kD7e6yzDg-37" style="edgeStyle=orthogonalEdgeStyle;rounded=0;orthogonalLoop=1;jettySize=auto;html=1;" parent="1" source="6U6_2w2MqQ0kD7e6yzDg-36" target="6U6_2w2MqQ0kD7e6yzDg-25" edge="1">
          <mxGeometry relative="1" as="geometry" />
        </mxCell>
        <mxCell id="6U6_2w2MqQ0kD7e6yzDg-38" style="edgeStyle=orthogonalEdgeStyle;rounded=0;orthogonalLoop=1;jettySize=auto;html=1;" parent="1" source="6U6_2w2MqQ0kD7e6yzDg-36" target="6U6_2w2MqQ0kD7e6yzDg-23" edge="1">
          <mxGeometry relative="1" as="geometry" />
        </mxCell>
        <mxCell id="6U6_2w2MqQ0kD7e6yzDg-36" value="전송 성공 여부" style="rhombus;whiteSpace=wrap;html=1;" parent="1" vertex="1">
          <mxGeometry x="2880" y="620" width="160" height="80" as="geometry" />
        </mxCell>
        <mxCell id="6U6_2w2MqQ0kD7e6yzDg-42" style="edgeStyle=orthogonalEdgeStyle;rounded=0;orthogonalLoop=1;jettySize=auto;html=1;" parent="1" source="6U6_2w2MqQ0kD7e6yzDg-40" target="6U6_2w2MqQ0kD7e6yzDg-11" edge="1">
          <mxGeometry relative="1" as="geometry" />
        </mxCell>
        <mxCell id="6U6_2w2MqQ0kD7e6yzDg-40" value="편지 보내기" style="rounded=1;whiteSpace=wrap;html=1;" parent="1" vertex="1">
          <mxGeometry x="2900" y="420" width="120" height="60" as="geometry" />
        </mxCell>
        <mxCell id="wQPPLxiwdvjhVnuzjJRF-7" style="edgeStyle=orthogonalEdgeStyle;rounded=0;orthogonalLoop=1;jettySize=auto;html=1;" parent="1" source="wQPPLxiwdvjhVnuzjJRF-2" target="wQPPLxiwdvjhVnuzjJRF-6" edge="1">
          <mxGeometry relative="1" as="geometry" />
        </mxCell>
        <mxCell id="wQPPLxiwdvjhVnuzjJRF-9" style="edgeStyle=orthogonalEdgeStyle;rounded=0;orthogonalLoop=1;jettySize=auto;html=1;" parent="1" source="wQPPLxiwdvjhVnuzjJRF-2" target="wQPPLxiwdvjhVnuzjJRF-8" edge="1">
          <mxGeometry relative="1" as="geometry" />
        </mxCell>
        <mxCell id="wQPPLxiwdvjhVnuzjJRF-2" value="/mail" style="rounded=0;whiteSpace=wrap;html=1;" parent="1" vertex="1">
          <mxGeometry x="1060" y="-190" width="120" height="60" as="geometry" />
        </mxCell>
        <mxCell id="wQPPLxiwdvjhVnuzjJRF-5" style="edgeStyle=orthogonalEdgeStyle;rounded=0;orthogonalLoop=1;jettySize=auto;html=1;" parent="1" source="wQPPLxiwdvjhVnuzjJRF-4" target="wQPPLxiwdvjhVnuzjJRF-2" edge="1">
          <mxGeometry relative="1" as="geometry" />
        </mxCell>
        <mxCell id="wQPPLxiwdvjhVnuzjJRF-4" value="client" style="ellipse;whiteSpace=wrap;html=1;aspect=fixed;" parent="1" vertex="1">
          <mxGeometry x="880" y="-200" width="80" height="80" as="geometry" />
        </mxCell>
        <mxCell id="wQPPLxiwdvjhVnuzjJRF-6" value="Post Queue" style="html=1;shadow=0;dashed=0;align=center;verticalAlign=middle;shape=mxgraph.arrows2.arrow;dy=0;dx=30;notch=30;" parent="1" vertex="1">
          <mxGeometry x="1025" y="-330" width="190" height="60" as="geometry" />
        </mxCell>
        <mxCell id="wQPPLxiwdvjhVnuzjJRF-8" value="airforce server" style="ellipse;shape=cloud;whiteSpace=wrap;html=1;" parent="1" vertex="1">
          <mxGeometry x="1260" y="-205" width="140" height="90" as="geometry" />
        </mxCell>
        <mxCell id="wQPPLxiwdvjhVnuzjJRF-19" value="sendMail" style="ellipse;whiteSpace=wrap;html=1;" parent="1" vertex="1">
          <mxGeometry x="1500" y="340" width="120" height="80" as="geometry" />
        </mxCell>
        <mxCell id="wQPPLxiwdvjhVnuzjJRF-24" value="요청 후 결과 응답" style="rounded=0;orthogonalLoop=1;jettySize=auto;html=1;edgeStyle=orthogonalEdgeStyle;" parent="1" source="wQPPLxiwdvjhVnuzjJRF-23" target="wQPPLxiwdvjhVnuzjJRF-19" edge="1">
          <mxGeometry relative="1" as="geometry" />
        </mxCell>
-         <mxCell id="wQPPLxiwdvjhVnuzjJRF-25" value="실패시 push" style="edgeStyle=orthogonalEdgeStyle;rounded=0;orthogonalLoop=1;jettySize=auto;html=1;" parent="1" source="wQPPLxiwdvjhVnuzjJRF-23" target="TXcI-fBlLuWAS2TPfB02-9" edge="1">
+         <mxCell id="wQPPLxiwdvjhVnuzjJRF-25" value="전송 실패시 push" style="edgeStyle=orthogonalEdgeStyle;rounded=0;orthogonalLoop=1;jettySize=auto;html=1;" parent="1" source="wQPPLxiwdvjhVnuzjJRF-23" target="TXcI-fBlLuWAS2TPfB02-9" edge="1">
          <mxGeometry relative="1" as="geometry">
            <Array as="points">
              <mxPoint x="1560" y="120" />
              <mxPoint x="1280" y="120" />
            </Array>
          </mxGeometry>
        </mxCell>
-         <mxCell id="wQPPLxiwdvjhVnuzjJRF-23" value="repostMail" style="ellipse;whiteSpace=wrap;html=1;fillColor=#dae8fc;strokeColor=#6c8ebf;" parent="1" vertex="1">
+         <mxCell id="wQPPLxiwdvjhVnuzjJRF-23" value="repostMail" style="ellipse;whiteSpace=wrap;html=1;" parent="1" vertex="1">
          <mxGeometry x="1500" y="150" width="120" height="80" as="geometry" />
        </mxCell>
-         <mxCell id="tpOvkQPWunvHwrgow_rU-1" value="편지 전송 오류 처리" style="text;html=1;align=center;verticalAlign=middle;resizable=0;points=[];autosize=1;strokeColor=none;fillColor=none;fontSize=24;" parent="1" vertex="1">
-           <mxGeometry x="1200" y="20" width="240" height="40" as="geometry" />
+         <mxCell id="tpOvkQPWunvHwrgow_rU-1" value="&lt;div&gt;편지 작성&lt;/div&gt;(편지 전송 오류 처리)" style="text;html=1;align=center;verticalAlign=middle;resizable=0;points=[];autosize=1;strokeColor=none;fillColor=none;fontSize=24;" parent="1" vertex="1">
+           <mxGeometry x="1195" y="5" width="250" height="70" as="geometry" />
        </mxCell>
        <mxCell id="tpOvkQPWunvHwrgow_rU-4" value="편지 링크 사전 생성" style="text;html=1;align=center;verticalAlign=middle;resizable=0;points=[];autosize=1;strokeColor=none;fillColor=none;fontSize=24;" parent="1" vertex="1">
          <mxGeometry x="1170" y="585" width="240" height="40" as="geometry" />
        </mxCell>
-         <mxCell id="K3UKubzrvV4H-gYz2n_W-5" value="per 4hours" style="edgeStyle=orthogonalEdgeStyle;rounded=0;orthogonalLoop=1;jettySize=auto;html=1;" edge="1" parent="1" source="K3UKubzrvV4H-gYz2n_W-1" target="K3UKubzrvV4H-gYz2n_W-4">
-           <mxGeometry relative="1" as="geometry" />
-         </mxCell>
-         <mxCell id="K3UKubzrvV4H-gYz2n_W-1" value="node-cron" style="rhombus;whiteSpace=wrap;html=1;" vertex="1" parent="1">
+         <mxCell id="K3UKubzrvV4H-gYz2n_W-5" value="per 4hours" style="edgeStyle=orthogonalEdgeStyle;rounded=0;orthogonalLoop=1;jettySize=auto;html=1;" parent="1" source="K3UKubzrvV4H-gYz2n_W-1" target="K3UKubzrvV4H-gYz2n_W-4" edge="1">
+           <mxGeometry relative="1" as="geometry" />
+         </mxCell>
+         <mxCell id="K3UKubzrvV4H-gYz2n_W-1" value="node-cron" style="rhombus;whiteSpace=wrap;html=1;fillColor=#647687;fontColor=#ffffff;strokeColor=#314354;" parent="1" vertex="1">
          <mxGeometry x="1730" y="720" width="160" height="80" as="geometry" />
        </mxCell>
-         <mxCell id="K3UKubzrvV4H-gYz2n_W-3" value="POST" style="edgeStyle=orthogonalEdgeStyle;rounded=0;orthogonalLoop=1;jettySize=auto;html=1;fillColor=#dae8fc;strokeColor=#6c8ebf;" edge="1" parent="1" source="K3UKubzrvV4H-gYz2n_W-2" target="TXcI-fBlLuWAS2TPfB02-66">
-           <mxGeometry relative="1" as="geometry" />
-         </mxCell>
-         <mxCell id="K3UKubzrvV4H-gYz2n_W-2" value="syncProfile" style="ellipse;whiteSpace=wrap;html=1;" vertex="1" parent="1">
+         <mxCell id="K3UKubzrvV4H-gYz2n_W-3" value="GET" style="edgeStyle=orthogonalEdgeStyle;rounded=0;orthogonalLoop=1;jettySize=auto;html=1;fillColor=#dae8fc;strokeColor=#6c8ebf;" parent="1" source="K3UKubzrvV4H-gYz2n_W-2" target="TXcI-fBlLuWAS2TPfB02-66" edge="1">
+           <mxGeometry relative="1" as="geometry" />
+         </mxCell>
+         <mxCell id="K3UKubzrvV4H-gYz2n_W-2" value="syncProfile" style="ellipse;whiteSpace=wrap;html=1;" parent="1" vertex="1">
          <mxGeometry x="1490" y="890" width="120" height="80" as="geometry" />
        </mxCell>
-         <mxCell id="K3UKubzrvV4H-gYz2n_W-6" style="edgeStyle=orthogonalEdgeStyle;rounded=0;orthogonalLoop=1;jettySize=auto;html=1;" edge="1" parent="1" source="K3UKubzrvV4H-gYz2n_W-4" target="K3UKubzrvV4H-gYz2n_W-2">
-           <mxGeometry relative="1" as="geometry" />
-         </mxCell>
-         <mxCell id="K3UKubzrvV4H-gYz2n_W-8" value="실패시 push" style="edgeStyle=orthogonalEdgeStyle;rounded=0;orthogonalLoop=1;jettySize=auto;html=1;exitX=0.5;exitY=0;exitDx=0;exitDy=0;entryX=0;entryY=0;entryDx=68.75;entryDy=0;entryPerimeter=0;" edge="1" parent="1" source="K3UKubzrvV4H-gYz2n_W-4" target="TXcI-fBlLuWAS2TPfB02-61">
-           <mxGeometry relative="1" as="geometry" />
-         </mxCell>
-         <mxCell id="K3UKubzrvV4H-gYz2n_W-10" value="성공시 유저의&lt;div&gt;모든 편지들을 보냄&lt;/div&gt;" style="edgeStyle=orthogonalEdgeStyle;rounded=0;orthogonalLoop=1;jettySize=auto;html=1;" edge="1" parent="1" source="K3UKubzrvV4H-gYz2n_W-4" target="K3UKubzrvV4H-gYz2n_W-11">
+         <mxCell id="K3UKubzrvV4H-gYz2n_W-6" style="edgeStyle=orthogonalEdgeStyle;rounded=0;orthogonalLoop=1;jettySize=auto;html=1;" parent="1" source="K3UKubzrvV4H-gYz2n_W-4" target="K3UKubzrvV4H-gYz2n_W-2" edge="1">
+           <mxGeometry relative="1" as="geometry" />
+         </mxCell>
+         <mxCell id="K3UKubzrvV4H-gYz2n_W-8" value="인증 실패시 push" style="edgeStyle=orthogonalEdgeStyle;rounded=0;orthogonalLoop=1;jettySize=auto;html=1;exitX=0;exitY=0;exitDx=0;exitDy=0;entryX=0.502;entryY=0.017;entryDx=0;entryDy=0;entryPerimeter=0;" parent="1" source="K3UKubzrvV4H-gYz2n_W-4" target="TXcI-fBlLuWAS2TPfB02-61" edge="1">
+           <mxGeometry relative="1" as="geometry">
+             <mxPoint x="1300" y="670" as="targetPoint" />
+             <Array as="points">
+               <mxPoint x="1508" y="710" />
+               <mxPoint x="1281" y="710" />
+             </Array>
+           </mxGeometry>
+         </mxCell>
+         <mxCell id="K3UKubzrvV4H-gYz2n_W-10" value="인즌 성공시" style="edgeStyle=orthogonalEdgeStyle;rounded=0;orthogonalLoop=1;jettySize=auto;html=1;" parent="1" source="K3UKubzrvV4H-gYz2n_W-4" target="K3UKubzrvV4H-gYz2n_W-11" edge="1">
          <mxGeometry x="-0.0015" relative="1" as="geometry">
            <mxPoint x="1550" y="620" as="targetPoint" />
            <mxPoint as="offset" />
          </mxGeometry>
        </mxCell>
-         <mxCell id="K3UKubzrvV4H-gYz2n_W-13" value="편지 전송 실패시 큐에 삽입" style="rounded=0;orthogonalLoop=1;jettySize=auto;html=1;" edge="1" parent="1" source="K3UKubzrvV4H-gYz2n_W-4" target="K3UKubzrvV4H-gYz2n_W-12">
-           <mxGeometry x="-0.0024" relative="1" as="geometry">
-             <mxPoint x="1550" y="610" as="sourcePoint" />
+         <mxCell id="K3UKubzrvV4H-gYz2n_W-4" value="verifyUser" style="ellipse;whiteSpace=wrap;html=1;" parent="1" vertex="1">
+           <mxGeometry x="1490" y="720" width="120" height="80" as="geometry" />
+         </mxCell>
+         <mxCell id="u-H9VCNATk9NBnKGN-eY-2" value="유저의 모든 편지를 보냄" style="edgeStyle=orthogonalEdgeStyle;rounded=0;orthogonalLoop=1;jettySize=auto;html=1;" edge="1" parent="1" source="K3UKubzrvV4H-gYz2n_W-11" target="TXcI-fBlLuWAS2TPfB02-1">
+           <mxGeometry x="-0.4287" relative="1" as="geometry">
            <mxPoint as="offset" />
          </mxGeometry>
        </mxCell>
-         <mxCell id="K3UKubzrvV4H-gYz2n_W-4" value="verifyUser" style="ellipse;whiteSpace=wrap;html=1;" vertex="1" parent="1">
-           <mxGeometry x="1490" y="720" width="120" height="80" as="geometry" />
-         </mxCell>
-         <mxCell id="K3UKubzrvV4H-gYz2n_W-15" value="POST" style="edgeStyle=orthogonalEdgeStyle;rounded=0;orthogonalLoop=1;jettySize=auto;html=1;fillColor=#dae8fc;strokeColor=#6c8ebf;" edge="1" parent="1" source="K3UKubzrvV4H-gYz2n_W-11" target="K3UKubzrvV4H-gYz2n_W-14">
-           <mxGeometry relative="1" as="geometry">
-             <Array as="points">
-               <mxPoint x="1630" y="560" />
-             </Array>
-           </mxGeometry>
-         </mxCell>
-         <mxCell id="K3UKubzrvV4H-gYz2n_W-11" value="sendMail" style="ellipse;whiteSpace=wrap;html=1;" vertex="1" parent="1">
+         <mxCell id="K3UKubzrvV4H-gYz2n_W-11" value="sendMail" style="ellipse;whiteSpace=wrap;html=1;" parent="1" vertex="1">
          <mxGeometry x="1490" y="520" width="120" height="80" as="geometry" />
-         </mxCell>
-         <mxCell id="K3UKubzrvV4H-gYz2n_W-12" value="Mail Queue" style="html=1;shadow=0;dashed=0;align=center;verticalAlign=middle;shape=mxgraph.arrows2.arrow;dy=0;dx=30;notch=30;" vertex="1" parent="1">
-           <mxGeometry x="1650.09" y="618" width="190" height="60" as="geometry" />
-         </mxCell>
-         <mxCell id="K3UKubzrvV4H-gYz2n_W-14" value="기훈단 서버" style="ellipse;shape=cloud;whiteSpace=wrap;html=1;" vertex="1" parent="1">
-           <mxGeometry x="1720.09" y="520" width="120" height="80" as="geometry" />
        </mxCell>
      </root>
    </mxGraphModel>
  </diagram>
</mxfile>
